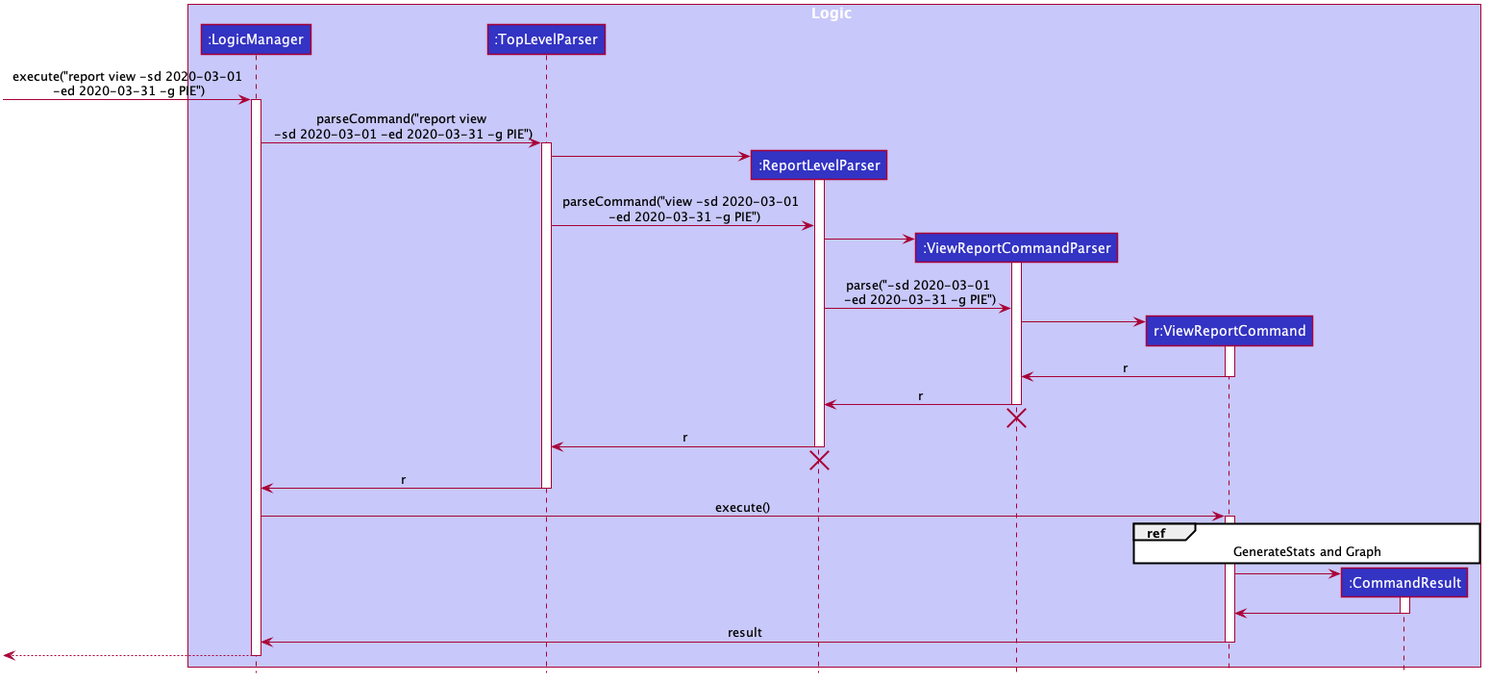
The PlantUML diagram images/ReportViewSequence.png in AY1920S2-CS2103T-T10-3/main, before a commit.
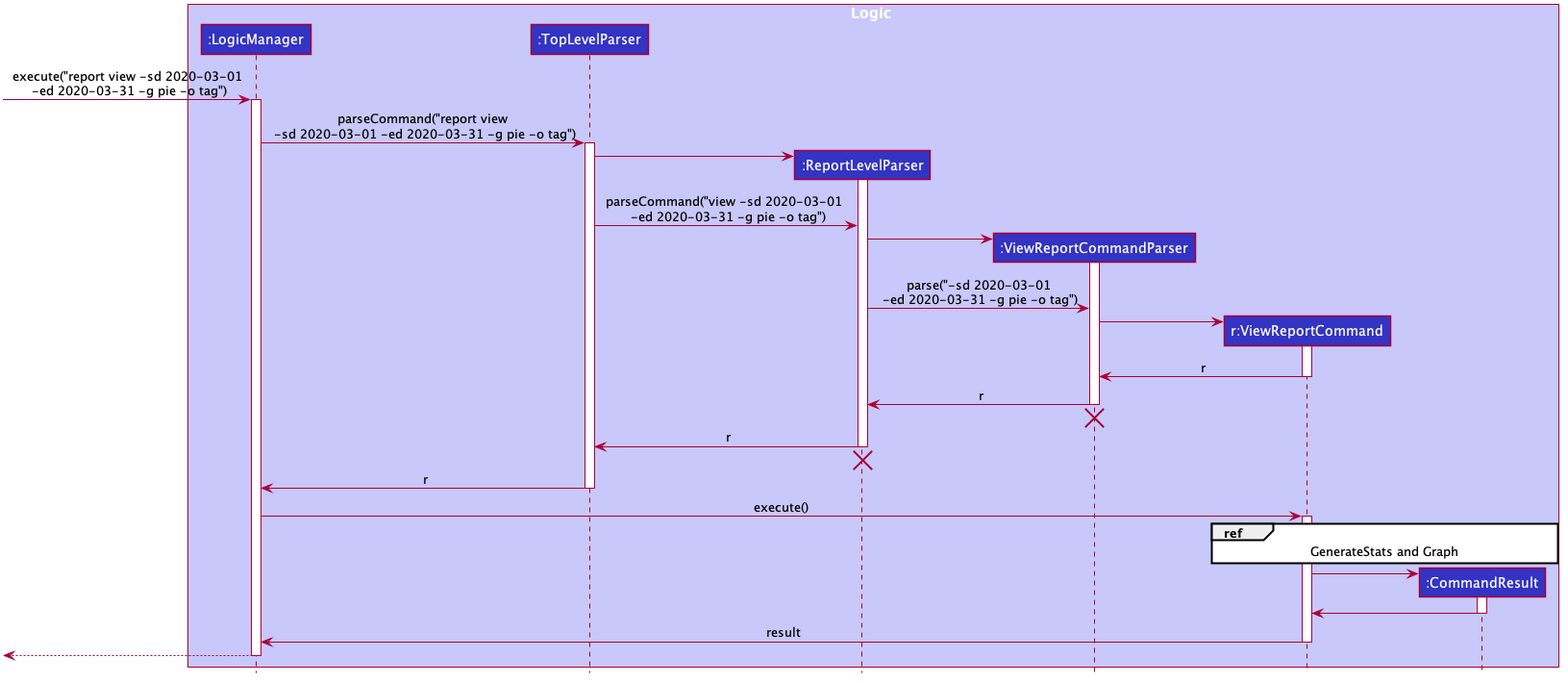
After the change.

Change to the diagram source:
```diff
@@ -56,21 +56,21 @@
 participant ":CommandResult" as CommandResult #3333C4
 end box
 
-[-> LogicManager : execute("report view -sd 2020-03-01\n -ed 2020-03-31 -g PIE")
+[-> LogicManager : execute("report view -sd 2020-03-01\n -ed 2020-03-31 -g pie -o tag")
 activate LogicManager
 
-LogicManager -> TopLevelParser : parseCommand("report view\n -sd 2020-03-01 -ed 2020-03-31 -g PIE")
+LogicManager -> TopLevelParser : parseCommand("report view\n -sd 2020-03-01 -ed 2020-03-31 -g pie -o tag")
 activate TopLevelParser
 
 create ReportLevelParser
 TopLevelParser -> ReportLevelParser
 activate ReportLevelParser
-TopLevelParser -> ReportLevelParser : parseCommand("view -sd 2020-03-01 \n -ed 2020-03-31 -g PIE")
+TopLevelParser -> ReportLevelParser : parseCommand("view -sd 2020-03-01 \n -ed 2020-03-31 -g pie -o tag")
 
 create ViewReportCommandParser
 ReportLevelParser -> ViewReportCommandParser
 activate ViewReportCommandParser
-ReportLevelParser -> ViewReportCommandParser : parse("-sd 2020-03-01\n -ed 2020-03-31 -g PIE")
+ReportLevelParser -> ViewReportCommandParser : parse("-sd 2020-03-01\n -ed 2020-03-31 -g pie -o tag")
 
 create ViewReportCommand
 ViewReportCommandParser -> ViewReportCommand
```
